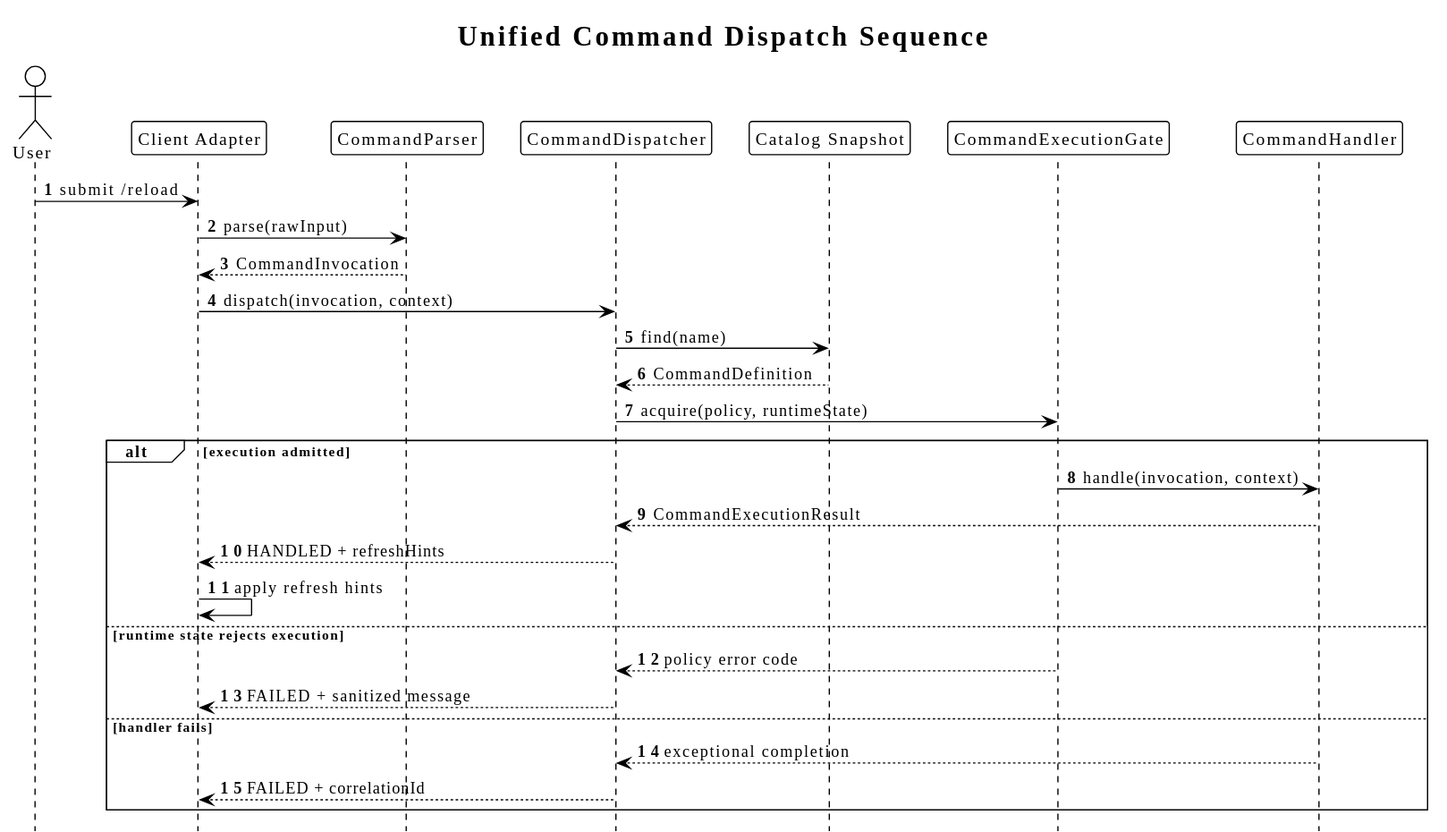
Earlier version of the PlantUML export diagrams/command/07-dispatch-sequence.svg (superheromeZzh/pi-mono-java-design).
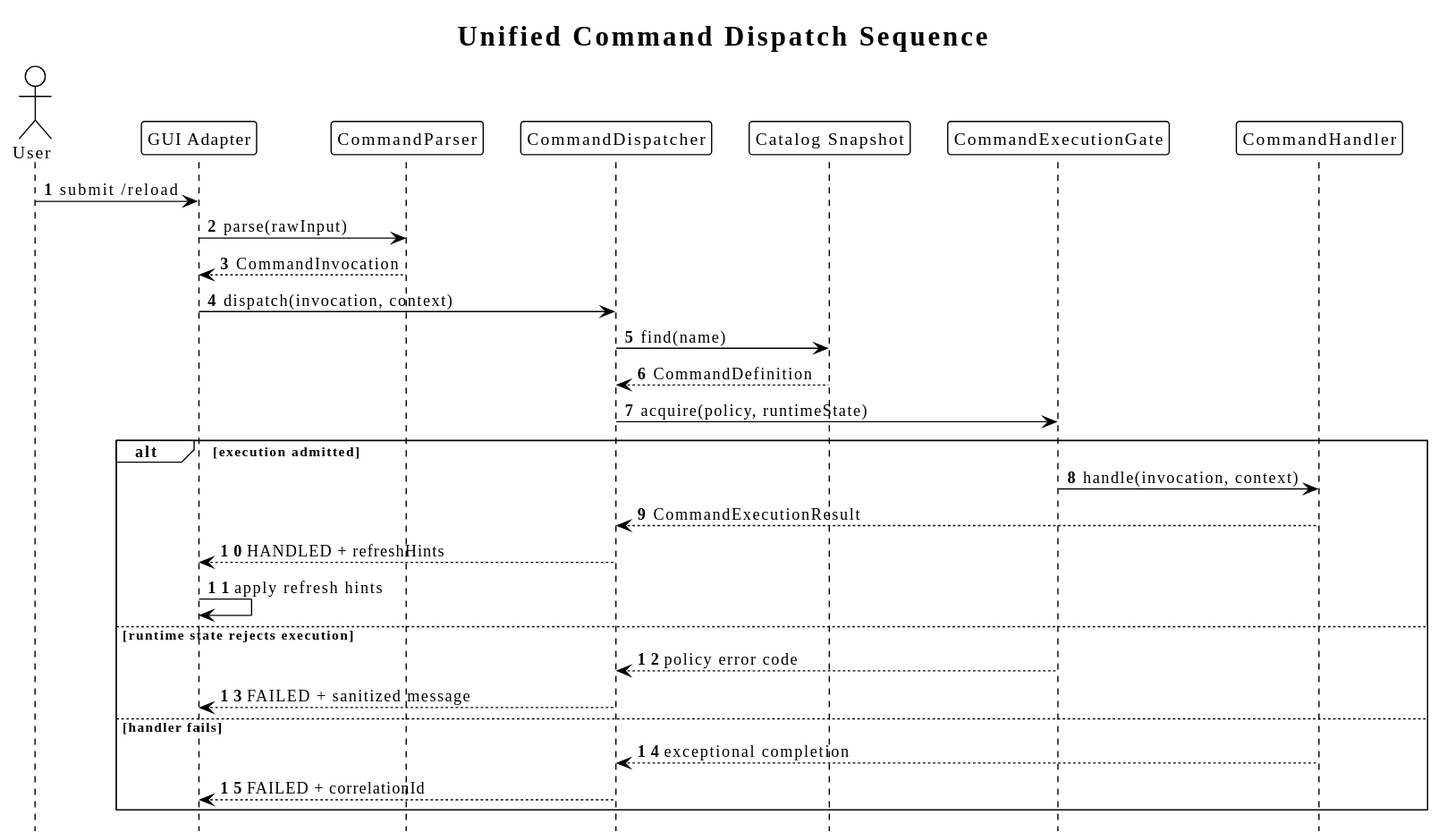
The same diagram one commit later.

Change to the diagram source:
```diff
@@ -9,7 +9,7 @@
 title Unified Command Dispatch Sequence
 
 actor User
-participant "Client Adapter" as Client
+participant "GUI Adapter" as Client
 participant CommandParser as Parser
 participant CommandDispatcher as Dispatcher
 participant "Catalog Snapshot" as Catalog
```
